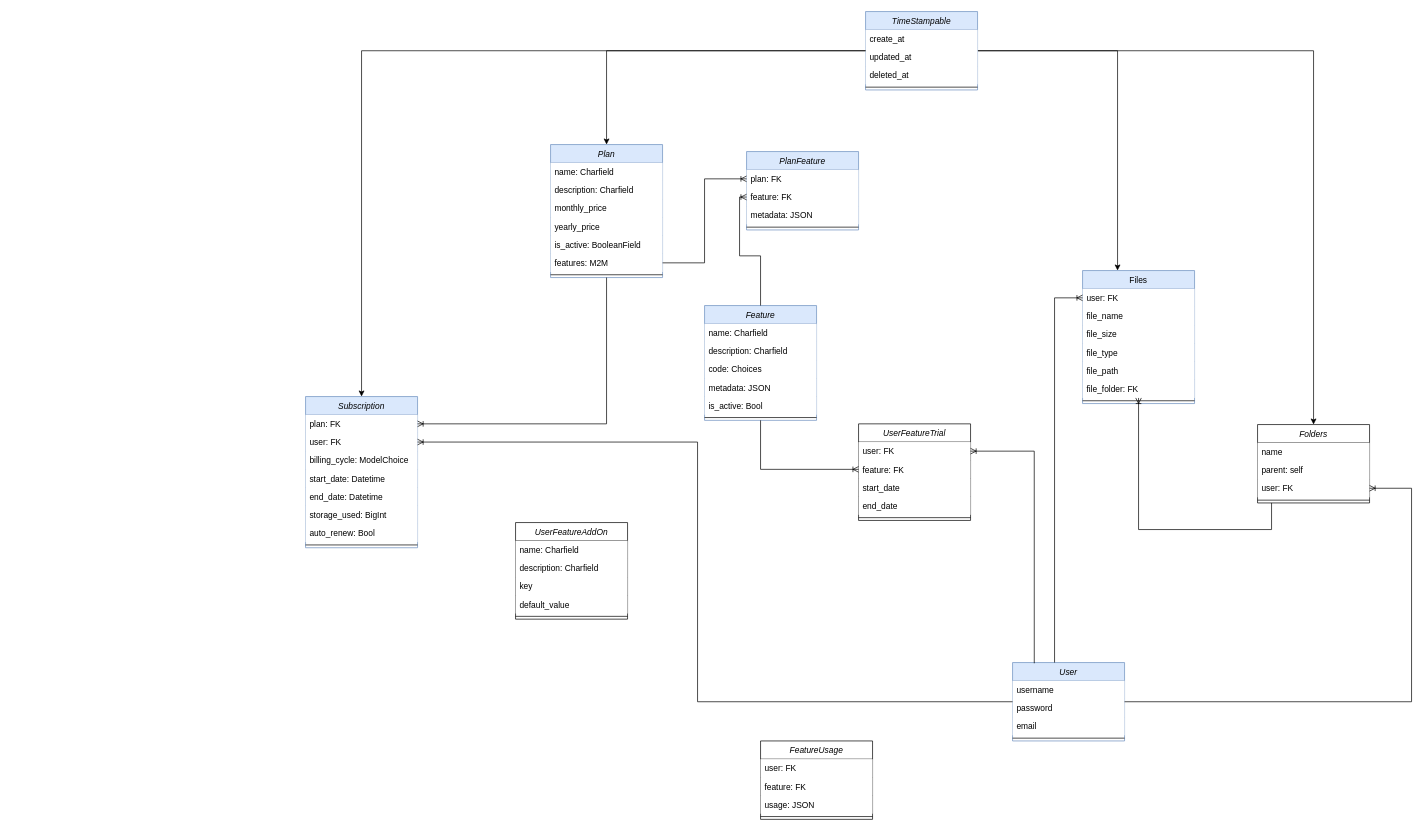
Before: db-draw.drawio in amssdias/aerobox, a draw.io diagram. Source tidied: cells renumbered, new cells numbered last; positions are measured from the earlier drawing's top-left corner, leaving out a move shared by most shapes. Both pictures are drawn from the tidied source at 70%, with x=0, y=0 at pixel (305, 11).
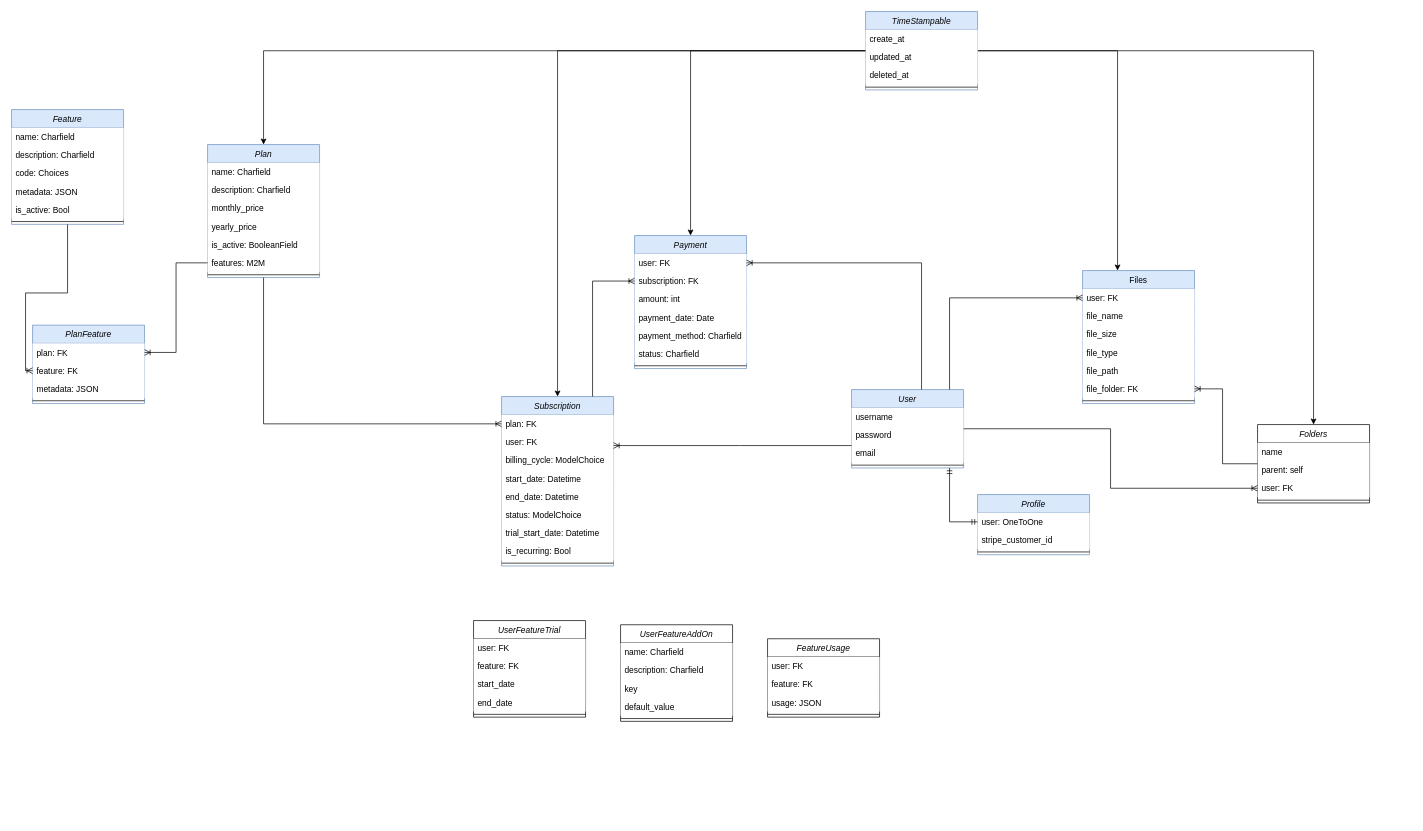
The same diagram, later.

Unchanged cells that the change refers to:
```xml
<mxCell id="8" value="user: FK" style="text;align=left;verticalAlign=top;spacingLeft=4;spacingRight=4;overflow=hidden;points=[[0,0.5],[1,0.5]];portConstraint=eastwest;fillColor=default;" parent="7" vertex="1">
  <mxGeometry y="26" width="160" height="26" as="geometry" />
</mxCell>
<mxCell id="13" value="file_folder: FK" style="text;align=left;verticalAlign=top;spacingLeft=4;spacingRight=4;overflow=hidden;points=[[0,0.5],[1,0.5]];portConstraint=eastwest;rounded=0;shadow=0;html=0;fillColor=default;" parent="7" vertex="1">
  <mxGeometry y="156" width="160" height="26" as="geometry" />
</mxCell>
<mxCell id="17" value="TimeStampable" style="swimlane;fontStyle=2;align=center;verticalAlign=top;horizontal=1;startSize=26;rounded=0;shadow=0;strokeWidth=1;fillColor=#dae8fc;strokeColor=#6c8ebf;" parent="1" vertex="1">
  <mxGeometry x="800" width="160" height="112" as="geometry" />
</mxCell>
<mxCell id="22" value="Folders" style="swimlane;fontStyle=2;align=center;verticalAlign=top;horizontal=1;startSize=26;rounded=0;shadow=0;strokeWidth=1;" parent="1" vertex="1">
  <mxGeometry x="1360" y="590" width="160" height="112" as="geometry" />
</mxCell>
<mxCell id="25" value="user: FK" style="text;align=left;verticalAlign=top;spacingLeft=4;spacingRight=4;overflow=hidden;points=[[0,0.5],[1,0.5]];portConstraint=eastwest;rounded=0;shadow=0;html=0;fillColor=default;" parent="22" vertex="1">
  <mxGeometry y="78" width="160" height="26" as="geometry" />
</mxCell>
<mxCell id="38" value="user: FK" style="text;align=left;verticalAlign=top;spacingLeft=4;spacingRight=4;overflow=hidden;points=[[0,0.5],[1,0.5]];portConstraint=eastwest;fillColor=default;" parent="36" vertex="1">
  <mxGeometry y="52" width="160" height="26" as="geometry" />
</mxCell>
<mxCell id="66" value="user: FK" style="text;align=left;verticalAlign=top;spacingLeft=4;spacingRight=4;overflow=hidden;points=[[0,0.5],[1,0.5]];portConstraint=eastwest;fillColor=default;" parent="65" vertex="1">
  <mxGeometry y="26" width="160" height="26" as="geometry" />
</mxCell>
<mxCell id="67" value="feature: FK" style="text;align=left;verticalAlign=top;spacingLeft=4;spacingRight=4;overflow=hidden;points=[[0,0.5],[1,0.5]];portConstraint=eastwest;rounded=0;shadow=0;html=0;fillColor=default;" parent="65" vertex="1">
  <mxGeometry y="52" width="160" height="26" as="geometry" />
</mxCell>
```

The edit, as a diff of the source:
```diff
@@
     <mxCell id="2" value="User" style="swimlane;fontStyle=2;align=center;verticalAlign=top;horizontal=1;startSize=26;rounded=0;shadow=0;strokeWidth=1;fillColor=#dae8fc;strokeColor=#6c8ebf;" parent="1" vertex="1">
-      <mxGeometry x="1010" y="930" width="160" height="112" as="geometry" />
+      <mxGeometry x="780" y="540" width="160" height="112" as="geometry" />
     </mxCell>
@@
+    <mxCell id="84" style="edgeStyle=orthogonalEdgeStyle;rounded=0;jettySize=auto;html=1;" parent="1" edge="1" source="17" target="91">
+      <mxGeometry relative="1" as="geometry" />
+    </mxCell>
@@
     <mxCell id="27" value="Plan" style="swimlane;fontStyle=2;align=center;verticalAlign=top;horizontal=1;startSize=26;rounded=0;shadow=0;strokeWidth=1;fillColor=#dae8fc;strokeColor=#6c8ebf;" parent="1" vertex="1">
-      <mxGeometry x="350" y="190" width="160" height="190" as="geometry" />
+      <mxGeometry x="-140" y="190" width="160" height="190" as="geometry" />
     </mxCell>
@@
     <mxCell id="36" value="Subscription" style="swimlane;fontStyle=2;align=center;verticalAlign=top;horizontal=1;startSize=26;rounded=0;shadow=0;strokeWidth=1;fillColor=#dae8fc;strokeColor=#6c8ebf;" parent="1" vertex="1">
-      <mxGeometry y="550" width="160" height="216" as="geometry" />
+      <mxGeometry x="280" y="550" width="160" height="242" as="geometry" />
     </mxCell>
@@
-    <mxCell id="42" value="storage_used: BigInt" style="text;align=left;verticalAlign=top;spacingLeft=4;spacingRight=4;overflow=hidden;rounded=0;shadow=0;html=0;fillColor=default;" parent="36" vertex="1">
+    <mxCell id="42" value="status: ModelChoice" style="text;align=left;verticalAlign=top;spacingLeft=4;spacingRight=4;overflow=hidden;rounded=0;shadow=0;html=0;fillColor=default;" parent="36" vertex="1">
       <mxGeometry y="156" width="160" height="26" as="geometry" />
     </mxCell>
+    <mxCell id="85" value="trial_start_date: Datetime" style="text;align=left;verticalAlign=top;spacingLeft=4;spacingRight=4;overflow=hidden;rounded=0;shadow=0;html=0;fillColor=default;" parent="36" vertex="1">
+      <mxGeometry y="182" width="160" height="26" as="geometry" />
+    </mxCell>
-    <mxCell id="43" value="auto_renew: Bool" style="text;align=left;verticalAlign=top;spacingLeft=4;spacingRight=4;overflow=hidden;rounded=0;shadow=0;html=0;fillColor=default;" parent="36" vertex="1">
-      <mxGeometry y="182" width="160" height="26" as="geometry" />
+    <mxCell id="43" value="is_recurring: Bool" style="text;align=left;verticalAlign=top;spacingLeft=4;spacingRight=4;overflow=hidden;rounded=0;shadow=0;html=0;fillColor=default;" parent="36" vertex="1">
+      <mxGeometry y="208" width="160" height="26" as="geometry" />
     </mxCell>
     <mxCell id="44" style="line;html=1;strokeWidth=1;align=left;verticalAlign=middle;spacingTop=-1;spacingLeft=3;spacingRight=3;labelPosition=right;" parent="36" vertex="1">
-      <mxGeometry y="208" width="160" height="8" as="geometry" />
+      <mxGeometry y="234" width="160" height="8" as="geometry" />
     </mxCell>
@@
-    <mxCell id="46" style="edgeStyle=elbowEdgeStyle;fontSize=12;html=1;endArrow=ERoneToMany;rounded=0;" parent="1" edge="1" source="2" target="8">
+    <mxCell id="46" style="edgeStyle=orthogonalEdgeStyle;fontSize=12;html=1;endArrow=ERoneToMany;rounded=0;" parent="1" edge="1" source="2" target="8">
       <mxGeometry relative="1" as="geometry">
         <Array as="points">
-          <mxPoint x="1070" y="740" />
+          <mxPoint x="920" y="409" />
         </Array>
       </mxGeometry>
     </mxCell>
     <mxCell id="47" style="edgeStyle=elbowEdgeStyle;fontSize=12;html=1;endArrow=ERoneToMany;rounded=0;" parent="1" edge="1" source="2" target="25">
-      <mxGeometry relative="1" as="geometry">
-        <Array as="points">
-          <mxPoint x="1580" y="810" />
-        </Array>
-      </mxGeometry>
+      <mxGeometry relative="1" as="geometry" />
     </mxCell>
     <mxCell id="48" style="edgeStyle=elbowEdgeStyle;fontSize=12;html=1;endArrow=ERoneToMany;rounded=0;" parent="1" edge="1" source="22" target="13">
       <mxGeometry relative="1" as="geometry">
         <Array as="points">
-          <mxPoint x="1380" y="740" />
+          <mxPoint x="1310" y="560" />
         </Array>
       </mxGeometry>
     </mxCell>
     <mxCell id="49" style="edgeStyle=elbowEdgeStyle;fontSize=12;html=1;endArrow=ERoneToMany;rounded=0;" parent="1" edge="1" source="2" target="38">
       <mxGeometry relative="1" as="geometry">
         <Array as="points">
-          <mxPoint x="560" y="765" />
+          <mxPoint x="620" y="620" />
         </Array>
       </mxGeometry>
     </mxCell>
@@
     <mxCell id="51" value="Feature" style="swimlane;fontStyle=2;align=center;verticalAlign=top;horizontal=1;startSize=26;rounded=0;shadow=0;strokeWidth=1;fillColor=#dae8fc;strokeColor=#6c8ebf;" parent="1" vertex="1">
-      <mxGeometry x="570" y="420" width="160" height="164" as="geometry" />
+      <mxGeometry x="-420" y="140" width="160" height="164" as="geometry" />
     </mxCell>
@@
     <mxCell id="58" value="PlanFeature" style="swimlane;fontStyle=2;align=center;verticalAlign=top;horizontal=1;startSize=26;rounded=0;shadow=0;strokeWidth=1;fillColor=#dae8fc;strokeColor=#6c8ebf;" parent="1" vertex="1">
-      <mxGeometry x="630" y="200" width="160" height="112" as="geometry" />
+      <mxGeometry x="-390" y="448" width="160" height="112" as="geometry" />
     </mxCell>
@@
     <mxCell id="65" value="UserFeatureTrial" style="swimlane;fontStyle=2;align=center;verticalAlign=top;horizontal=1;startSize=26;rounded=0;shadow=0;strokeWidth=1;" parent="1" vertex="1">
-      <mxGeometry x="790" y="589" width="160" height="138" as="geometry" />
+      <mxGeometry x="240" y="870" width="160" height="138" as="geometry" />
     </mxCell>
@@
     <mxCell id="71" value="FeatureUsage" style="swimlane;fontStyle=2;align=center;verticalAlign=top;horizontal=1;startSize=26;rounded=0;shadow=0;strokeWidth=1;" parent="1" vertex="1">
-      <mxGeometry x="650" y="1042" width="160" height="112" as="geometry" />
+      <mxGeometry x="660" y="896" width="160" height="112" as="geometry" />
     </mxCell>
@@
     <mxCell id="76" value="UserFeatureAddOn" style="swimlane;fontStyle=2;align=center;verticalAlign=top;horizontal=1;startSize=26;rounded=0;shadow=0;strokeWidth=1;" parent="1" vertex="1">
-      <mxGeometry x="300" y="730" width="160" height="138" as="geometry" />
+      <mxGeometry x="450" y="876" width="160" height="138" as="geometry" />
     </mxCell>
@@
-    <mxCell id="82" style="fontSize=12;html=1;endArrow=ERoneToMany;rounded=0;strokeColor=default;edgeStyle=orthogonalEdgeStyle;" parent="1" edge="1" source="51" target="67">
-      <mxGeometry relative="1" as="geometry" />
-    </mxCell>
-    <mxCell id="83" style="fontSize=12;html=1;endArrow=ERoneToMany;rounded=0;strokeColor=default;edgeStyle=orthogonalEdgeStyle;exitX=0.194;exitY=0.009;exitDx=0;exitDy=0;exitPerimeter=0;" parent="1" edge="1" source="2" target="66">
-      <mxGeometry relative="1" as="geometry" />
-    </mxCell>
+    <mxCell id="86" value="Profile" style="swimlane;fontStyle=2;align=center;verticalAlign=top;horizontal=1;startSize=26;rounded=0;shadow=0;strokeWidth=1;fillColor=#dae8fc;strokeColor=#6c8ebf;" parent="1" vertex="1">
+      <mxGeometry x="960" y="690" width="160" height="86" as="geometry" />
+    </mxCell>
+    <mxCell id="87" value="user: OneToOne" style="text;align=left;verticalAlign=top;spacingLeft=4;spacingRight=4;overflow=hidden;points=[[0,0.5],[1,0.5]];portConstraint=eastwest;fillColor=default;" parent="86" vertex="1">
+      <mxGeometry y="26" width="160" height="26" as="geometry" />
+    </mxCell>
+    <mxCell id="88" value="stripe_customer_id" style="text;align=left;verticalAlign=top;spacingLeft=4;spacingRight=4;overflow=hidden;rounded=0;shadow=0;html=0;fillColor=default;" parent="86" vertex="1">
+      <mxGeometry y="52" width="160" height="26" as="geometry" />
+    </mxCell>
+    <mxCell id="89" style="line;html=1;strokeWidth=1;align=left;verticalAlign=middle;spacingTop=-1;spacingLeft=3;spacingRight=3;labelPosition=right;" parent="86" vertex="1">
+      <mxGeometry y="78" width="160" height="8" as="geometry" />
+    </mxCell>
+    <mxCell id="90" style="edgeStyle=orthogonalEdgeStyle;fontSize=12;html=1;endArrow=ERmandOne;startArrow=ERmandOne;rounded=0;" parent="1" edge="1" source="87" target="2">
+      <mxGeometry relative="1" as="geometry">
+        <Array as="points">
+          <mxPoint x="920" y="729" />
+        </Array>
+      </mxGeometry>
+    </mxCell>
+    <mxCell id="91" value="Payment" style="swimlane;fontStyle=2;align=center;verticalAlign=top;horizontal=1;startSize=26;rounded=0;shadow=0;strokeWidth=1;fillColor=#dae8fc;strokeColor=#6c8ebf;" parent="1" vertex="1">
+      <mxGeometry x="470" y="320" width="160" height="190" as="geometry" />
+    </mxCell>
+    <mxCell id="92" value="user: FK" style="text;align=left;verticalAlign=top;spacingLeft=4;spacingRight=4;overflow=hidden;points=[[0,0.5],[1,0.5]];portConstraint=eastwest;fillColor=default;" parent="91" vertex="1">
+      <mxGeometry y="26" width="160" height="26" as="geometry" />
+    </mxCell>
+    <mxCell id="93" value="subscription: FK" style="text;align=left;verticalAlign=top;spacingLeft=4;spacingRight=4;overflow=hidden;points=[[0,0.5],[1,0.5]];portConstraint=eastwest;rounded=0;shadow=0;html=0;fillColor=default;" parent="91" vertex="1">
+      <mxGeometry y="52" width="160" height="26" as="geometry" />
+    </mxCell>
+    <mxCell id="94" value="amount: int" style="text;align=left;verticalAlign=top;spacingLeft=4;spacingRight=4;overflow=hidden;rounded=0;shadow=0;html=0;fillColor=default;" parent="91" vertex="1">
+      <mxGeometry y="78" width="160" height="26" as="geometry" />
+    </mxCell>
+    <mxCell id="95" value="payment_date: Date" style="text;align=left;verticalAlign=top;spacingLeft=4;spacingRight=4;overflow=hidden;rounded=0;shadow=0;html=0;fillColor=default;" parent="91" vertex="1">
+      <mxGeometry y="104" width="160" height="26" as="geometry" />
+    </mxCell>
+    <mxCell id="96" value="payment_method: Charfield" style="text;align=left;verticalAlign=top;spacingLeft=4;spacingRight=4;overflow=hidden;rounded=0;shadow=0;html=0;fillColor=default;" parent="91" vertex="1">
+      <mxGeometry y="130" width="160" height="26" as="geometry" />
+    </mxCell>
+    <mxCell id="97" value="status: Charfield" style="text;align=left;verticalAlign=top;spacingLeft=4;spacingRight=4;overflow=hidden;rounded=0;shadow=0;html=0;fillColor=default;" parent="91" vertex="1">
+      <mxGeometry y="156" width="160" height="26" as="geometry" />
+    </mxCell>
+    <mxCell id="98" style="line;html=1;strokeWidth=1;align=left;verticalAlign=middle;spacingTop=-1;spacingLeft=3;spacingRight=3;labelPosition=right;" parent="91" vertex="1">
+      <mxGeometry y="182" width="160" height="8" as="geometry" />
+    </mxCell>
+    <mxCell id="99" style="fontSize=12;html=1;endArrow=ERoneToMany;rounded=0;strokeColor=default;edgeStyle=elbowEdgeStyle;" parent="1" edge="1" source="2" target="92">
+      <mxGeometry relative="1" as="geometry">
+        <Array as="points">
+          <mxPoint x="880" y="510" />
+        </Array>
+      </mxGeometry>
+    </mxCell>
+    <mxCell id="100" style="edgeStyle=orthogonalEdgeStyle;fontSize=12;html=1;endArrow=ERoneToMany;rounded=0;" parent="1" edge="1" source="36" target="93">
+      <mxGeometry relative="1" as="geometry">
+        <Array as="points">
+          <mxPoint x="410" y="385" />
+        </Array>
+      </mxGeometry>
+    </mxCell>
```
